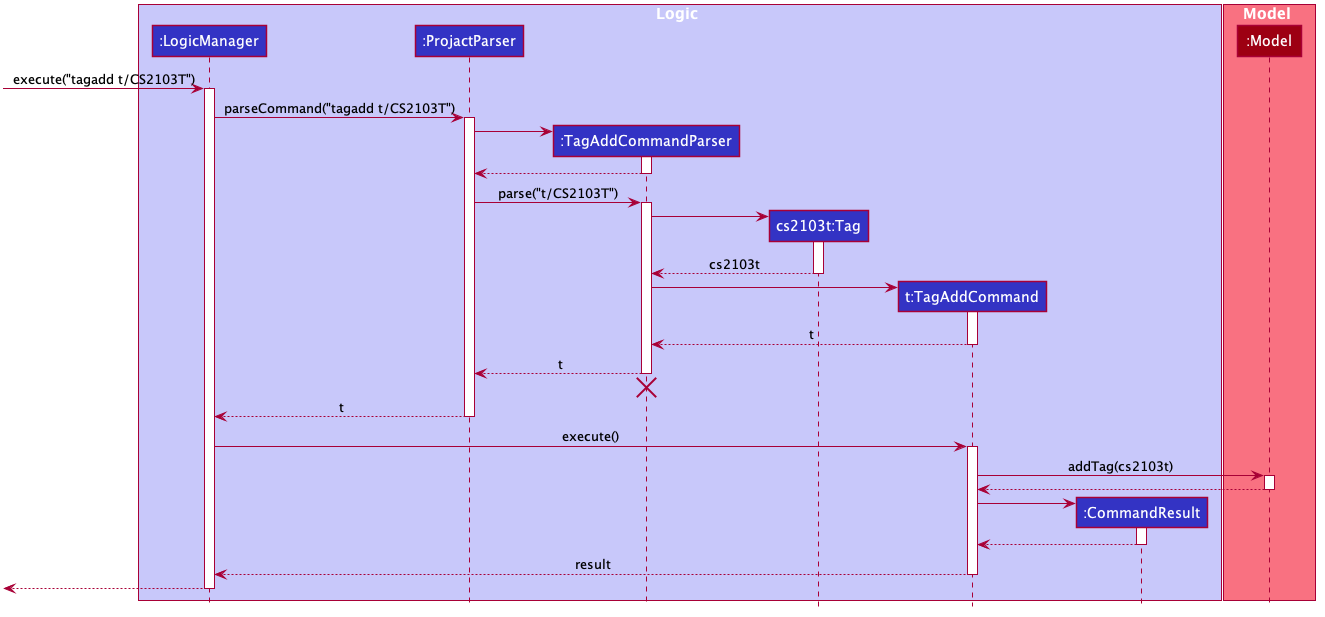
siqiang-ng/tp keeps this PlantUML diagram as docs/images/TagAddSequenceDiagram.png. Above is the earlier version.
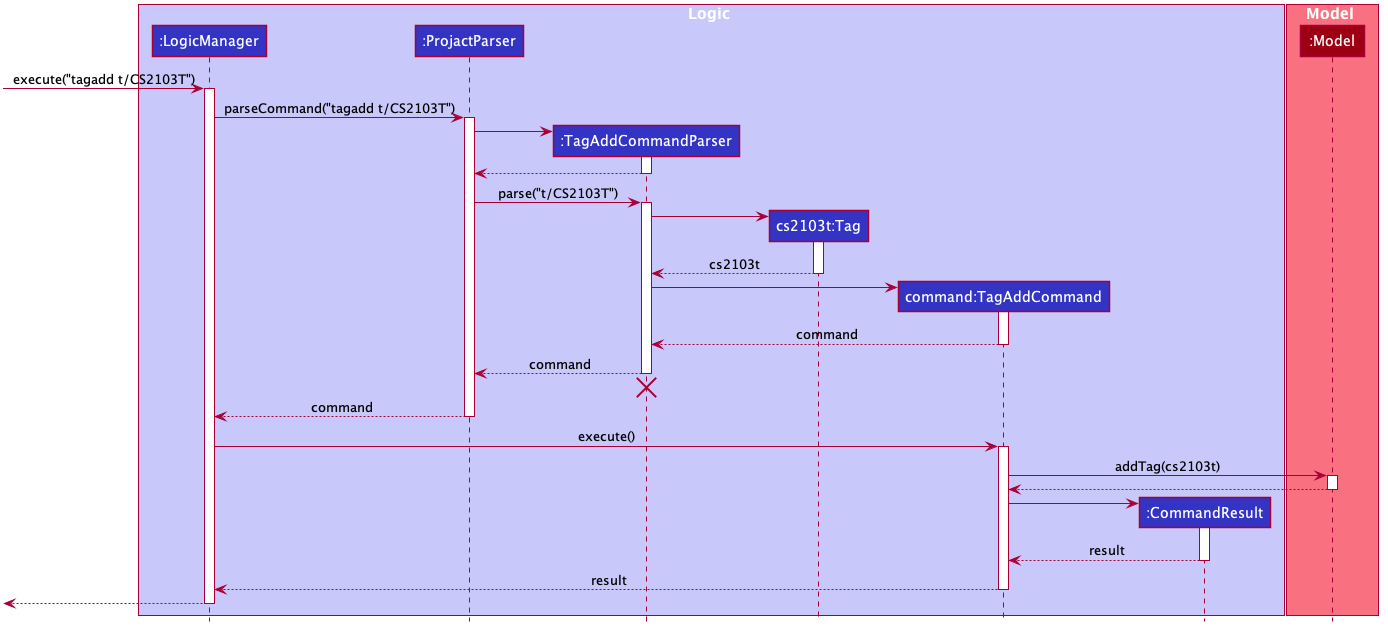
The same file after the commit.

What changed in the source:
```diff
@@ -53,7 +53,7 @@
 participant ":ProjactParser" as ProjactParser #3333C4
 participant ":TagAddCommandParser" as TagAddCommandParser #3333C4
 participant "cs2103t:Tag" as Tag #3333C4
-participant "t:TagAddCommand" as TagAddCommand #3333C4
+participant "command:TagAddCommand" as TagAddCommand #3333C4
 participant ":CommandResult" as CommandResult #3333C4
 end box
 
@@ -88,15 +88,15 @@
 TagAddCommandParser -> TagAddCommand
 activate TagAddCommand
 
-TagAddCommand --> TagAddCommandParser : t
+TagAddCommand --> TagAddCommandParser : command
 deactivate TagAddCommand
 
-TagAddCommandParser --> ProjactParser : t
+TagAddCommandParser --> ProjactParser : command
 deactivate TagAddCommandParser
 TagAddCommandParser -[hidden]-> ProjactParser
 destroy TagAddCommandParser
 
-ProjactParser --> LogicManager : t
+ProjactParser --> LogicManager : command
 deactivate ProjactParser
 
 LogicManager -> TagAddCommand : execute()
@@ -112,7 +112,7 @@
 TagAddCommand -> CommandResult
 activate CommandResult
 
-CommandResult --> TagAddCommand
+CommandResult --> TagAddCommand : result
 deactivate CommandResult
 
 TagAddCommand --> LogicManager : result
```
